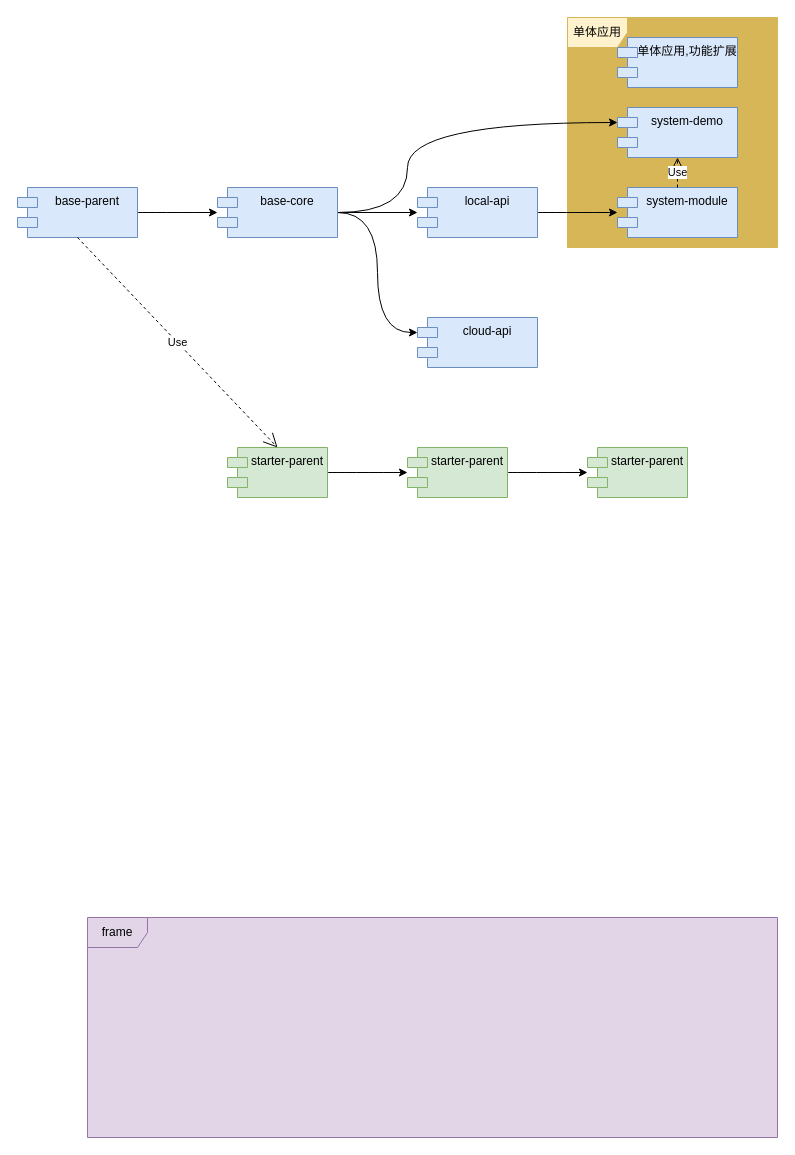
Above: ddd.drawio in gg2herry/drawio (draw.io), before the change. Source tidied: cells renumbered, new cells numbered last; positions are measured from the earlier drawing's top-left corner, leaving out a move shared by most shapes. Both pictures are drawn from the tidied source at 100%, with x=0, y=0 at pixel (17, 17).
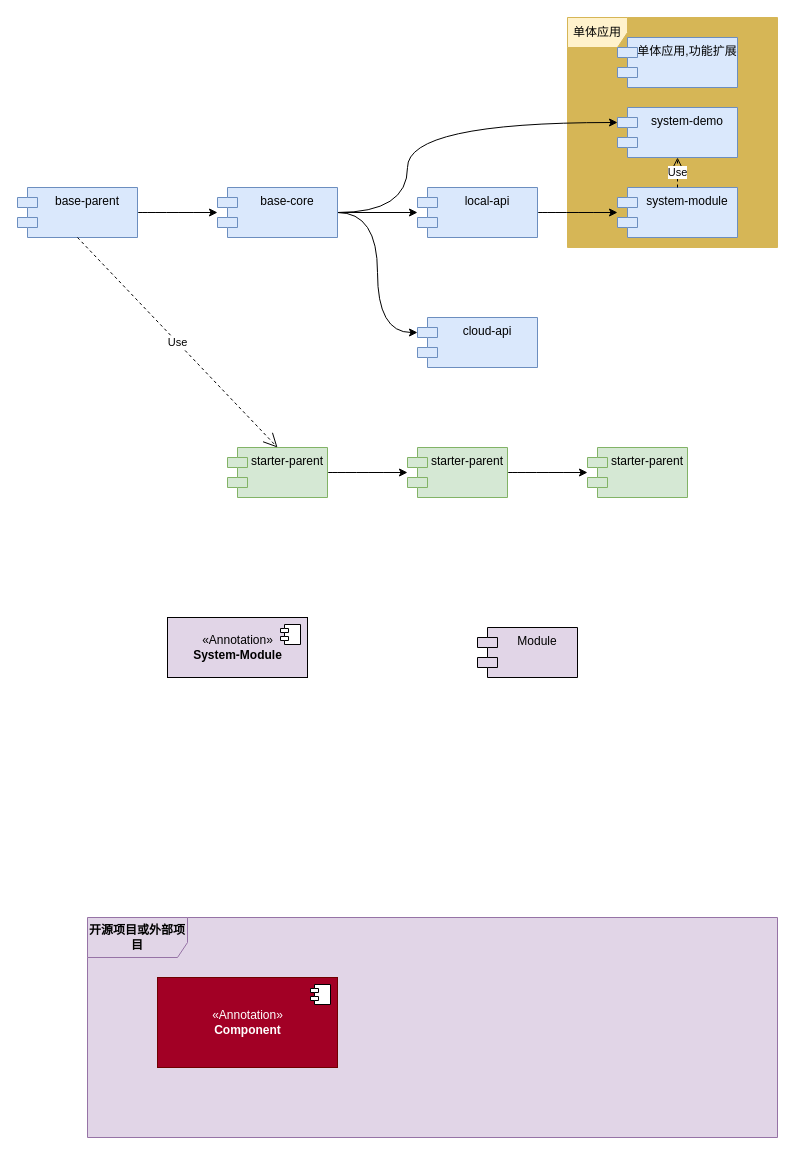
The same page after the edit.

Diff of the diagram source:
```diff
@@
-    <mxCell id="22" value="frame" style="shape=umlFrame;whiteSpace=wrap;html=1;shadow=0;strokeColor=#9673a6;swimlaneFillColor=#E1D5E7;fillColor=#E1D5E7;" parent="1" vertex="1">
+    <mxCell id="22" value="&lt;b&gt;开源项目或外部项目&lt;/b&gt;" style="shape=umlFrame;whiteSpace=wrap;html=1;shadow=0;strokeColor=#9673a6;swimlaneFillColor=#E1D5E7;fillColor=#E1D5E7;width=100;height=40;" parent="1" vertex="1">
       <mxGeometry x="70" y="900" width="690" height="220" as="geometry" />
     </mxCell>
+    <mxCell id="23" value="«Annotation»&lt;br&gt;&lt;b&gt;System-Module&lt;/b&gt;" style="html=1;shadow=0;fillColor=#E1D5E7;gradientColor=none;" parent="1" vertex="1">
+      <mxGeometry x="150" y="600" width="140" height="60" as="geometry" />
+    </mxCell>
+    <mxCell id="24" style="shape=module;jettyWidth=8;jettyHeight=4;" parent="23" vertex="1">
+      <mxGeometry x="1" width="20" height="20" relative="1" as="geometry">
+        <mxPoint x="-27" y="7" as="offset" />
+      </mxGeometry>
+    </mxCell>
+    <mxCell id="25" value="Module" style="shape=module;align=left;spacingLeft=20;align=center;verticalAlign=top;shadow=0;fillColor=#E1D5E7;gradientColor=none;" parent="1" vertex="1">
+      <mxGeometry x="460" y="610" width="100" height="50" as="geometry" />
+    </mxCell>
+    <mxCell id="26" value="&amp;laquo;Annotation&amp;raquo;&lt;br/&gt;&lt;b&gt;Component&lt;/b&gt;" style="html=1;shadow=0;fillColor=#a20025;strokeColor=#6F0000;fontColor=#ffffff;" parent="1" vertex="1">
+      <mxGeometry x="140" y="960" width="180" height="90" as="geometry" />
+    </mxCell>
+    <mxCell id="27" style="shape=module;jettyWidth=8;jettyHeight=4;" parent="26" vertex="1">
+      <mxGeometry x="1" width="20" height="20" relative="1" as="geometry">
+        <mxPoint x="-27" y="7" as="offset" />
+      </mxGeometry>
+    </mxCell>
```
